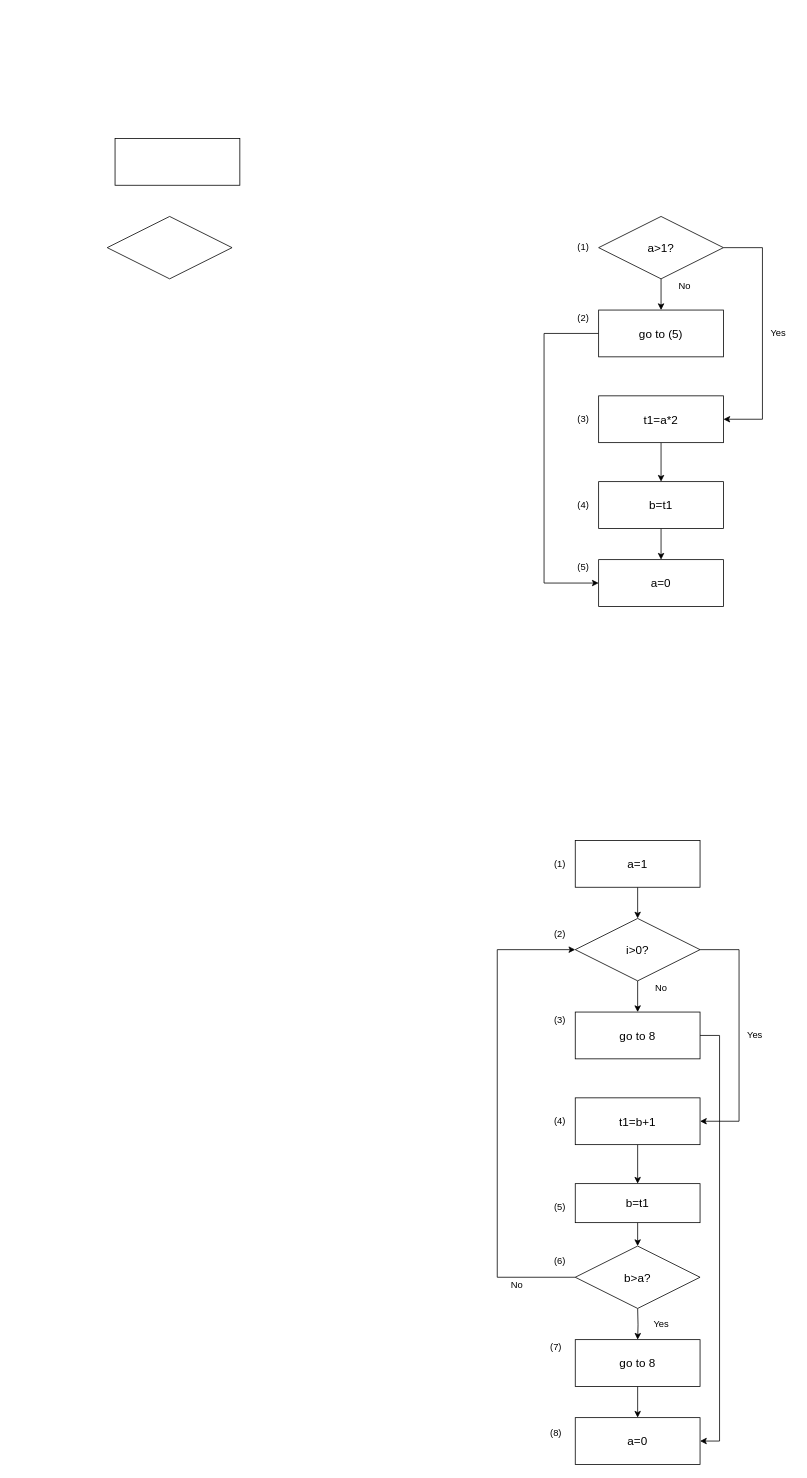
The draw.io diagram 未命名绘图.drawio in mistingrain/draw.io, before the edit. Source tidied: cells renumbered, new cells numbered last; positions are measured from the earlier drawing's top-left corner, leaving out a move shared by most shapes. Both pictures are drawn from the tidied source at 78%, with x=0, y=0 at pixel (107, 138).
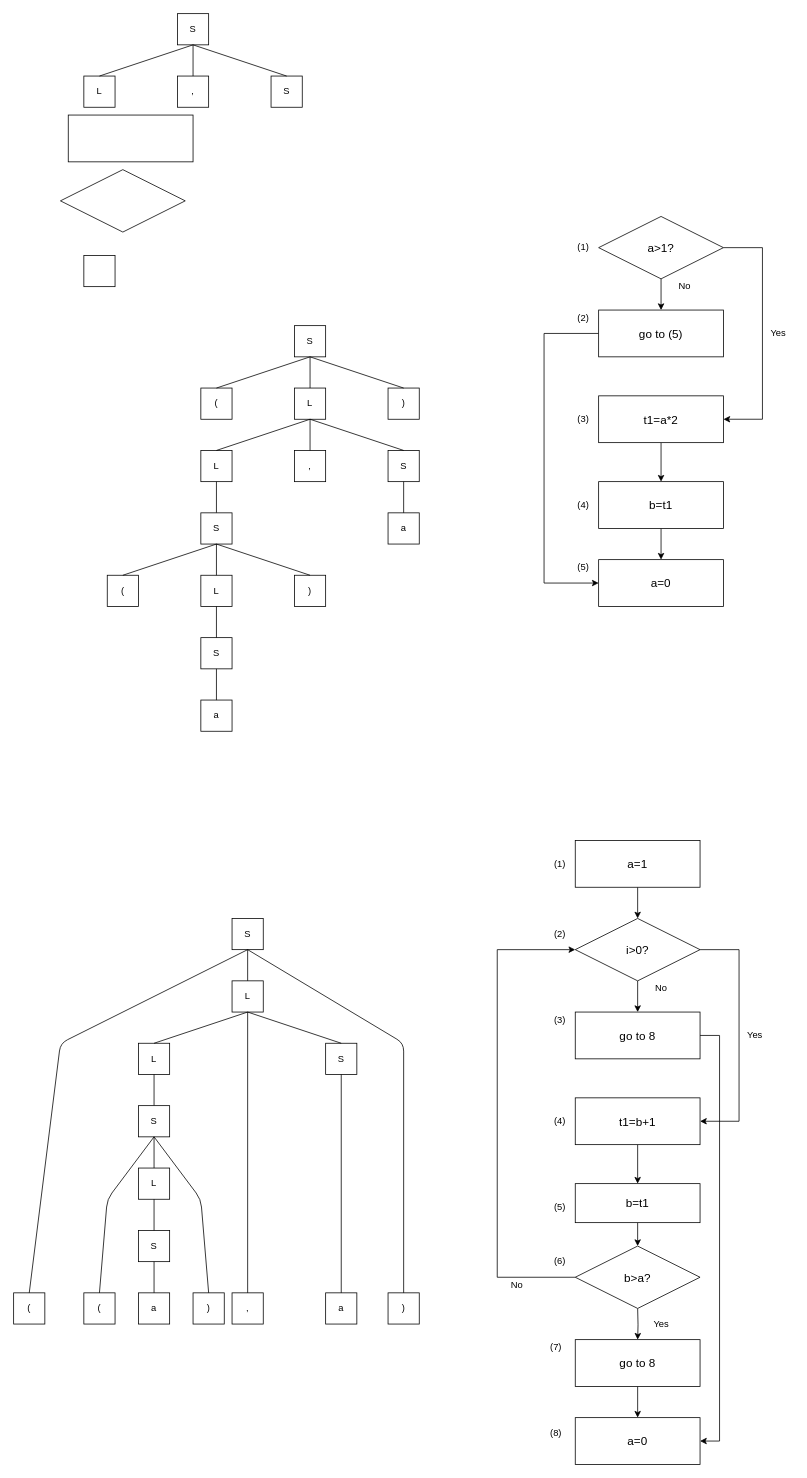
Above is the later version.

Commit message:
Update 未命名绘图.drawio

The edit, as a diff of the source:
```diff
@@
     <mxCell id="12" style="rounded=0;whiteSpace=wrap;html=1;" parent="1" vertex="1">
-      <mxGeometry x="10" width="160" height="60" as="geometry" />
+      <mxGeometry x="-50" y="-30" width="160" height="60" as="geometry" />
     </mxCell>
     <mxCell id="13" style="rhombus;whiteSpace=wrap;html=1;" parent="1" vertex="1">
-      <mxGeometry y="100" width="160" height="80" as="geometry" />
+      <mxGeometry x="-60" y="40" width="160" height="80" as="geometry" />
     </mxCell>
@@
+    <mxCell id="50" style="rounded=0;whiteSpace=wrap;html=1;" parent="1" vertex="1">
+      <mxGeometry x="-30" y="150" width="40" height="40" as="geometry" />
+    </mxCell>
+    <mxCell id="51" value="(" style="rounded=0;whiteSpace=wrap;html=1;" parent="1" vertex="1">
+      <mxGeometry x="120" y="320" width="40" height="40" as="geometry" />
+    </mxCell>
+    <mxCell id="52" value="S" style="rounded=0;whiteSpace=wrap;html=1;" parent="1" vertex="1">
+      <mxGeometry x="240" y="240" width="40" height="40" as="geometry" />
+    </mxCell>
+    <mxCell id="53" value=")" style="rounded=0;whiteSpace=wrap;html=1;" parent="1" vertex="1">
+      <mxGeometry x="360" y="320" width="40" height="40" as="geometry" />
+    </mxCell>
+    <mxCell id="54" value="L" style="rounded=0;whiteSpace=wrap;html=1;" parent="1" vertex="1">
+      <mxGeometry x="240" y="320" width="40" height="40" as="geometry" />
+    </mxCell>
+    <mxCell id="55" style="endArrow=none;html=1;exitX=0.5;exitY=0;exitDx=0;exitDy=0;" parent="1" edge="1" source="51">
+      <mxGeometry relative="1" as="geometry">
+        <mxPoint x="260" y="280" as="targetPoint" />
+      </mxGeometry>
+    </mxCell>
+    <mxCell id="56" style="endArrow=none;html=1;exitX=0.5;exitY=0;exitDx=0;exitDy=0;" parent="1" edge="1" source="54">
+      <mxGeometry relative="1" as="geometry">
+        <mxPoint x="260" y="280" as="targetPoint" />
+      </mxGeometry>
+    </mxCell>
+    <mxCell id="57" style="endArrow=none;html=1;exitX=0.5;exitY=0;exitDx=0;exitDy=0;" parent="1" edge="1" source="53">
+      <mxGeometry relative="1" as="geometry">
+        <mxPoint x="260" y="280" as="targetPoint" />
+      </mxGeometry>
+    </mxCell>
+    <mxCell id="58" value="L" style="rounded=0;whiteSpace=wrap;html=1;" parent="1" vertex="1">
+      <mxGeometry x="120" y="400" width="40" height="40" as="geometry" />
+    </mxCell>
+    <mxCell id="59" value="S" style="rounded=0;whiteSpace=wrap;html=1;" parent="1" vertex="1">
+      <mxGeometry x="360" y="400" width="40" height="40" as="geometry" />
+    </mxCell>
+    <mxCell id="60" value="," style="rounded=0;whiteSpace=wrap;html=1;" parent="1" vertex="1">
+      <mxGeometry x="240" y="400" width="40" height="40" as="geometry" />
+    </mxCell>
+    <mxCell id="61" style="endArrow=none;html=1;exitX=0.5;exitY=0;exitDx=0;exitDy=0;" parent="1" edge="1" source="58">
+      <mxGeometry relative="1" as="geometry">
+        <mxPoint x="260" y="360" as="targetPoint" />
+      </mxGeometry>
+    </mxCell>
+    <mxCell id="62" style="endArrow=none;html=1;exitX=0.5;exitY=0;exitDx=0;exitDy=0;" parent="1" edge="1" source="60">
+      <mxGeometry relative="1" as="geometry">
+        <mxPoint x="260" y="360" as="targetPoint" />
+      </mxGeometry>
+    </mxCell>
+    <mxCell id="63" style="endArrow=none;html=1;exitX=0.5;exitY=0;exitDx=0;exitDy=0;" parent="1" edge="1" source="59">
+      <mxGeometry relative="1" as="geometry">
+        <mxPoint x="260" y="360" as="targetPoint" />
+      </mxGeometry>
+    </mxCell>
+    <mxCell id="64" style="endArrow=none;html=1;" parent="1" edge="1">
+      <mxGeometry relative="1" as="geometry">
+        <mxPoint x="140" y="480" as="sourcePoint" />
+        <mxPoint x="140" y="440" as="targetPoint" />
+      </mxGeometry>
+    </mxCell>
+    <mxCell id="65" value="L" style="rounded=0;whiteSpace=wrap;html=1;" parent="1" vertex="1">
+      <mxGeometry x="-30" y="-80" width="40" height="40" as="geometry" />
+    </mxCell>
+    <mxCell id="66" value="S" style="rounded=0;whiteSpace=wrap;html=1;" parent="1" vertex="1">
+      <mxGeometry x="90" y="-160" width="40" height="40" as="geometry" />
+    </mxCell>
+    <mxCell id="67" value="S" style="rounded=0;whiteSpace=wrap;html=1;" parent="1" vertex="1">
+      <mxGeometry x="210" y="-80" width="40" height="40" as="geometry" />
+    </mxCell>
+    <mxCell id="68" value="," style="rounded=0;whiteSpace=wrap;html=1;" parent="1" vertex="1">
+      <mxGeometry x="90" y="-80" width="40" height="40" as="geometry" />
+    </mxCell>
+    <mxCell id="69" style="endArrow=none;html=1;exitX=0.5;exitY=0;exitDx=0;exitDy=0;" parent="1" edge="1" source="65">
+      <mxGeometry relative="1" as="geometry">
+        <mxPoint x="110" y="-120" as="targetPoint" />
+      </mxGeometry>
+    </mxCell>
+    <mxCell id="70" style="endArrow=none;html=1;exitX=0.5;exitY=0;exitDx=0;exitDy=0;" parent="1" edge="1" source="68">
+      <mxGeometry relative="1" as="geometry">
+        <mxPoint x="110" y="-120" as="targetPoint" />
+      </mxGeometry>
+    </mxCell>
+    <mxCell id="71" style="endArrow=none;html=1;exitX=0.5;exitY=0;exitDx=0;exitDy=0;" parent="1" edge="1" source="67">
+      <mxGeometry relative="1" as="geometry">
+        <mxPoint x="110" y="-120" as="targetPoint" />
+      </mxGeometry>
+    </mxCell>
+    <mxCell id="72" value="(" style="rounded=0;whiteSpace=wrap;html=1;" parent="1" vertex="1">
+      <mxGeometry y="560" width="40" height="40" as="geometry" />
+    </mxCell>
+    <mxCell id="73" value="S" style="rounded=0;whiteSpace=wrap;html=1;" parent="1" vertex="1">
+      <mxGeometry x="120" y="480" width="40" height="40" as="geometry" />
+    </mxCell>
+    <mxCell id="74" value=")" style="rounded=0;whiteSpace=wrap;html=1;" parent="1" vertex="1">
+      <mxGeometry x="240" y="560" width="40" height="40" as="geometry" />
+    </mxCell>
+    <mxCell id="75" value="L" style="rounded=0;whiteSpace=wrap;html=1;" parent="1" vertex="1">
+      <mxGeometry x="120" y="560" width="40" height="40" as="geometry" />
+    </mxCell>
+    <mxCell id="76" style="endArrow=none;html=1;exitX=0.5;exitY=0;exitDx=0;exitDy=0;" parent="1" edge="1" source="72">
+      <mxGeometry relative="1" as="geometry">
+        <mxPoint x="140" y="520" as="targetPoint" />
+      </mxGeometry>
+    </mxCell>
+    <mxCell id="77" style="endArrow=none;html=1;exitX=0.5;exitY=0;exitDx=0;exitDy=0;" parent="1" edge="1" source="75">
+      <mxGeometry relative="1" as="geometry">
+        <mxPoint x="140" y="520" as="targetPoint" />
+      </mxGeometry>
+    </mxCell>
+    <mxCell id="78" style="endArrow=none;html=1;exitX=0.5;exitY=0;exitDx=0;exitDy=0;" parent="1" edge="1" source="74">
+      <mxGeometry relative="1" as="geometry">
+        <mxPoint x="140" y="520" as="targetPoint" />
+      </mxGeometry>
+    </mxCell>
+    <mxCell id="79" value="S" style="rounded=0;whiteSpace=wrap;html=1;" parent="1" vertex="1">
+      <mxGeometry x="120" y="640" width="40" height="40" as="geometry" />
+    </mxCell>
+    <mxCell id="80" value="a" style="rounded=0;whiteSpace=wrap;html=1;" parent="1" vertex="1">
+      <mxGeometry x="120" y="720" width="40" height="40" as="geometry" />
+    </mxCell>
+    <mxCell id="81" style="endArrow=none;html=1;exitX=0.5;exitY=0;exitDx=0;exitDy=0;" parent="1" edge="1" source="79">
+      <mxGeometry relative="1" as="geometry">
+        <mxPoint x="140" y="600" as="targetPoint" />
+      </mxGeometry>
+    </mxCell>
+    <mxCell id="82" style="endArrow=none;html=1;exitX=0.5;exitY=0;exitDx=0;exitDy=0;" parent="1" edge="1" source="80">
+      <mxGeometry relative="1" as="geometry">
+        <mxPoint x="140" y="680" as="targetPoint" />
+      </mxGeometry>
+    </mxCell>
+    <mxCell id="83" value="a" style="rounded=0;whiteSpace=wrap;html=1;" parent="1" vertex="1">
+      <mxGeometry x="360" y="480" width="40" height="40" as="geometry" />
+    </mxCell>
+    <mxCell id="84" style="endArrow=none;html=1;exitX=0.5;exitY=0;exitDx=0;exitDy=0;" parent="1" edge="1" source="83">
+      <mxGeometry relative="1" as="geometry">
+        <mxPoint x="380" y="440" as="targetPoint" />
+      </mxGeometry>
+    </mxCell>
+    <mxCell id="85" value="(" style="rounded=0;whiteSpace=wrap;html=1;" parent="1" vertex="1">
+      <mxGeometry x="-120" y="1480" width="40" height="40" as="geometry" />
+    </mxCell>
+    <mxCell id="86" value="S" style="rounded=0;whiteSpace=wrap;html=1;" parent="1" vertex="1">
+      <mxGeometry x="160" y="1000" width="40" height="40" as="geometry" />
+    </mxCell>
+    <mxCell id="87" value=")" style="rounded=0;whiteSpace=wrap;html=1;" parent="1" vertex="1">
+      <mxGeometry x="360" y="1480" width="40" height="40" as="geometry" />
+    </mxCell>
+    <mxCell id="88" value="L" style="rounded=0;whiteSpace=wrap;html=1;" parent="1" vertex="1">
+      <mxGeometry x="160" y="1080" width="40" height="40" as="geometry" />
+    </mxCell>
+    <mxCell id="89" style="endArrow=none;html=1;exitX=0.5;exitY=0;exitDx=0;exitDy=0;" parent="1" edge="1" source="85">
+      <mxGeometry relative="1" as="geometry">
+        <mxPoint x="180" y="1040" as="targetPoint" />
+        <Array as="points">
+          <mxPoint x="-60" y="1160" />
+        </Array>
+      </mxGeometry>
+    </mxCell>
+    <mxCell id="90" style="endArrow=none;html=1;exitX=0.5;exitY=0;exitDx=0;exitDy=0;" parent="1" edge="1" source="88">
+      <mxGeometry relative="1" as="geometry">
+        <mxPoint x="180" y="1040" as="targetPoint" />
+      </mxGeometry>
+    </mxCell>
+    <mxCell id="91" style="endArrow=none;html=1;exitX=0.5;exitY=0;exitDx=0;exitDy=0;" parent="1" edge="1" source="87">
+      <mxGeometry relative="1" as="geometry">
+        <mxPoint x="180" y="1040" as="targetPoint" />
+        <Array as="points">
+          <mxPoint x="380" y="1160" />
+        </Array>
+      </mxGeometry>
+    </mxCell>
+    <mxCell id="92" value="L" style="rounded=0;whiteSpace=wrap;html=1;" parent="1" vertex="1">
+      <mxGeometry x="40" y="1160" width="40" height="40" as="geometry" />
+    </mxCell>
+    <mxCell id="93" value="S" style="rounded=0;whiteSpace=wrap;html=1;" parent="1" vertex="1">
+      <mxGeometry x="280" y="1160" width="40" height="40" as="geometry" />
+    </mxCell>
+    <mxCell id="94" value="," style="rounded=0;whiteSpace=wrap;html=1;" parent="1" vertex="1">
+      <mxGeometry x="160" y="1480" width="40" height="40" as="geometry" />
+    </mxCell>
+    <mxCell id="95" style="endArrow=none;html=1;exitX=0.5;exitY=0;exitDx=0;exitDy=0;" parent="1" edge="1" source="92">
+      <mxGeometry relative="1" as="geometry">
+        <mxPoint x="180" y="1120" as="targetPoint" />
+      </mxGeometry>
+    </mxCell>
+    <mxCell id="96" style="endArrow=none;html=1;exitX=0.5;exitY=0;exitDx=0;exitDy=0;" parent="1" edge="1" source="94">
+      <mxGeometry relative="1" as="geometry">
+        <mxPoint x="180" y="1120" as="targetPoint" />
+      </mxGeometry>
+    </mxCell>
+    <mxCell id="97" style="endArrow=none;html=1;exitX=0.5;exitY=0;exitDx=0;exitDy=0;" parent="1" edge="1" source="93">
+      <mxGeometry relative="1" as="geometry">
+        <mxPoint x="180" y="1120" as="targetPoint" />
+      </mxGeometry>
+    </mxCell>
+    <mxCell id="98" style="endArrow=none;html=1;" parent="1" edge="1">
+      <mxGeometry relative="1" as="geometry">
+        <mxPoint x="60" y="1240" as="sourcePoint" />
+        <mxPoint x="60" y="1200" as="targetPoint" />
+      </mxGeometry>
+    </mxCell>
+    <mxCell id="99" value="(" style="rounded=0;whiteSpace=wrap;html=1;" parent="1" vertex="1">
+      <mxGeometry x="-30" y="1480" width="40" height="40" as="geometry" />
+    </mxCell>
+    <mxCell id="100" value="S" style="rounded=0;whiteSpace=wrap;html=1;" parent="1" vertex="1">
+      <mxGeometry x="40" y="1240" width="40" height="40" as="geometry" />
+    </mxCell>
+    <mxCell id="101" value=")" style="rounded=0;whiteSpace=wrap;html=1;" parent="1" vertex="1">
+      <mxGeometry x="110" y="1480" width="40" height="40" as="geometry" />
+    </mxCell>
+    <mxCell id="102" value="L" style="rounded=0;whiteSpace=wrap;html=1;" parent="1" vertex="1">
+      <mxGeometry x="40" y="1320" width="40" height="40" as="geometry" />
+    </mxCell>
+    <mxCell id="103" style="endArrow=none;html=1;exitX=0.5;exitY=0;exitDx=0;exitDy=0;" parent="1" edge="1" source="99">
+      <mxGeometry relative="1" as="geometry">
+        <mxPoint x="60" y="1280" as="targetPoint" />
+        <Array as="points">
+          <mxPoint y="1360" />
+        </Array>
+      </mxGeometry>
+    </mxCell>
+    <mxCell id="104" style="endArrow=none;html=1;exitX=0.5;exitY=0;exitDx=0;exitDy=0;" parent="1" edge="1" source="102">
+      <mxGeometry relative="1" as="geometry">
+        <mxPoint x="60" y="1280" as="targetPoint" />
+      </mxGeometry>
+    </mxCell>
+    <mxCell id="105" style="endArrow=none;html=1;exitX=0.5;exitY=0;exitDx=0;exitDy=0;" parent="1" edge="1" source="101">
+      <mxGeometry relative="1" as="geometry">
+        <mxPoint x="60" y="1280" as="targetPoint" />
+        <Array as="points">
+          <mxPoint x="120" y="1360" />
+        </Array>
+      </mxGeometry>
+    </mxCell>
+    <mxCell id="106" value="S" style="rounded=0;whiteSpace=wrap;html=1;" parent="1" vertex="1">
+      <mxGeometry x="40" y="1400" width="40" height="40" as="geometry" />
+    </mxCell>
+    <mxCell id="107" value="a" style="rounded=0;whiteSpace=wrap;html=1;" parent="1" vertex="1">
+      <mxGeometry x="40" y="1480" width="40" height="40" as="geometry" />
+    </mxCell>
+    <mxCell id="108" style="endArrow=none;html=1;exitX=0.5;exitY=0;exitDx=0;exitDy=0;" parent="1" edge="1" source="106">
+      <mxGeometry relative="1" as="geometry">
+        <mxPoint x="60" y="1360" as="targetPoint" />
+      </mxGeometry>
+    </mxCell>
+    <mxCell id="109" style="endArrow=none;html=1;exitX=0.5;exitY=0;exitDx=0;exitDy=0;" parent="1" edge="1" source="107">
+      <mxGeometry relative="1" as="geometry">
+        <mxPoint x="60" y="1440" as="targetPoint" />
+      </mxGeometry>
+    </mxCell>
+    <mxCell id="110" value="a" style="rounded=0;whiteSpace=wrap;html=1;" parent="1" vertex="1">
+      <mxGeometry x="280" y="1480" width="40" height="40" as="geometry" />
+    </mxCell>
+    <mxCell id="111" style="endArrow=none;html=1;exitX=0.5;exitY=0;exitDx=0;exitDy=0;" parent="1" edge="1" source="110">
+      <mxGeometry relative="1" as="geometry">
+        <mxPoint x="300" y="1200" as="targetPoint" />
+      </mxGeometry>
+    </mxCell>
```
